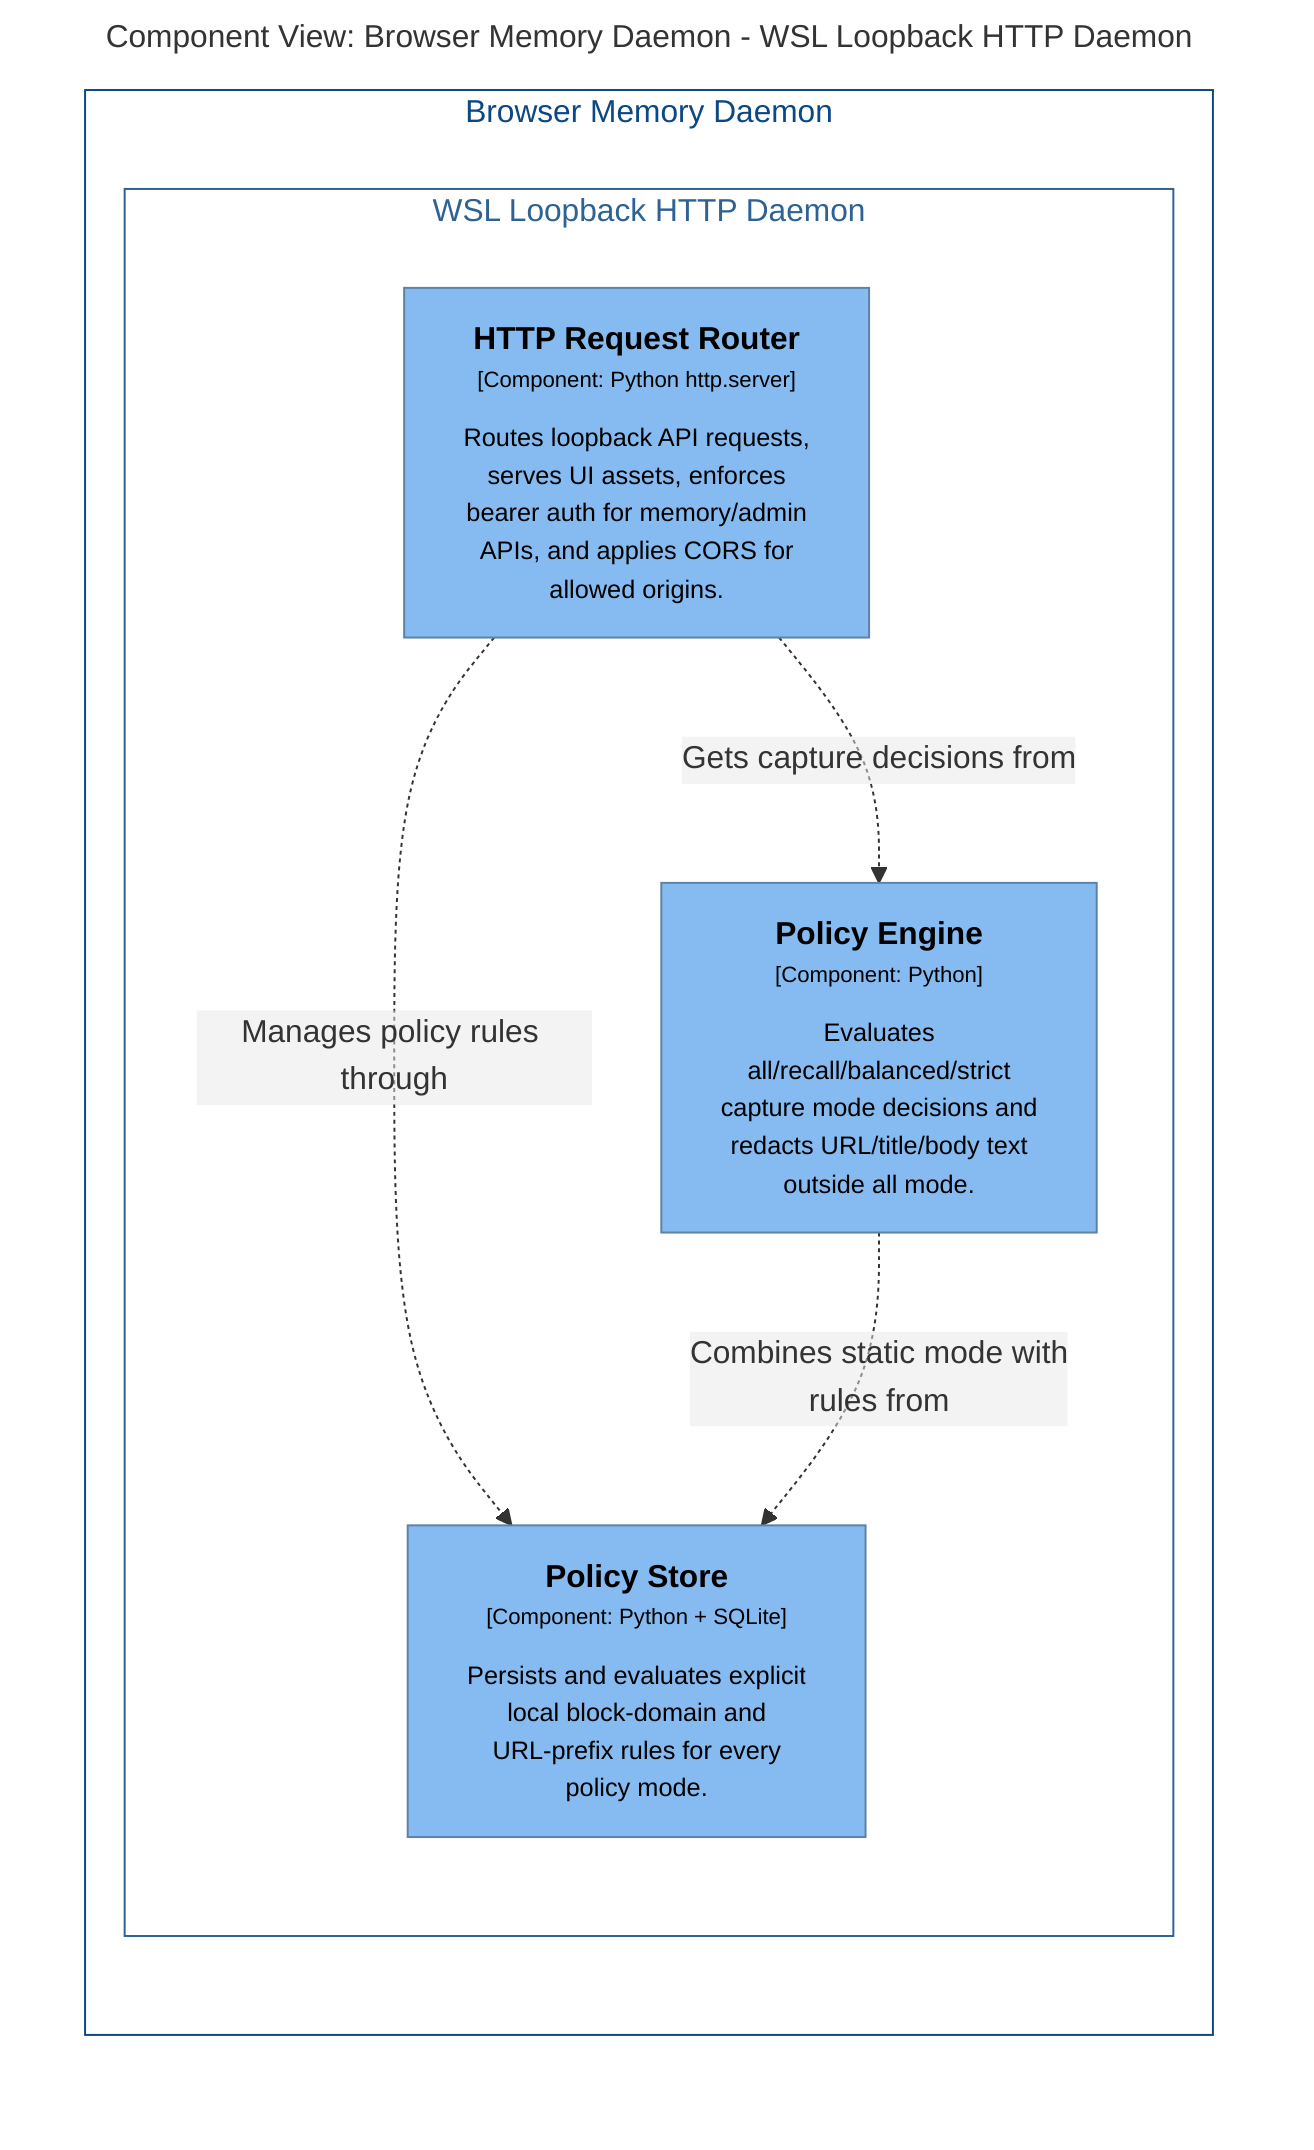
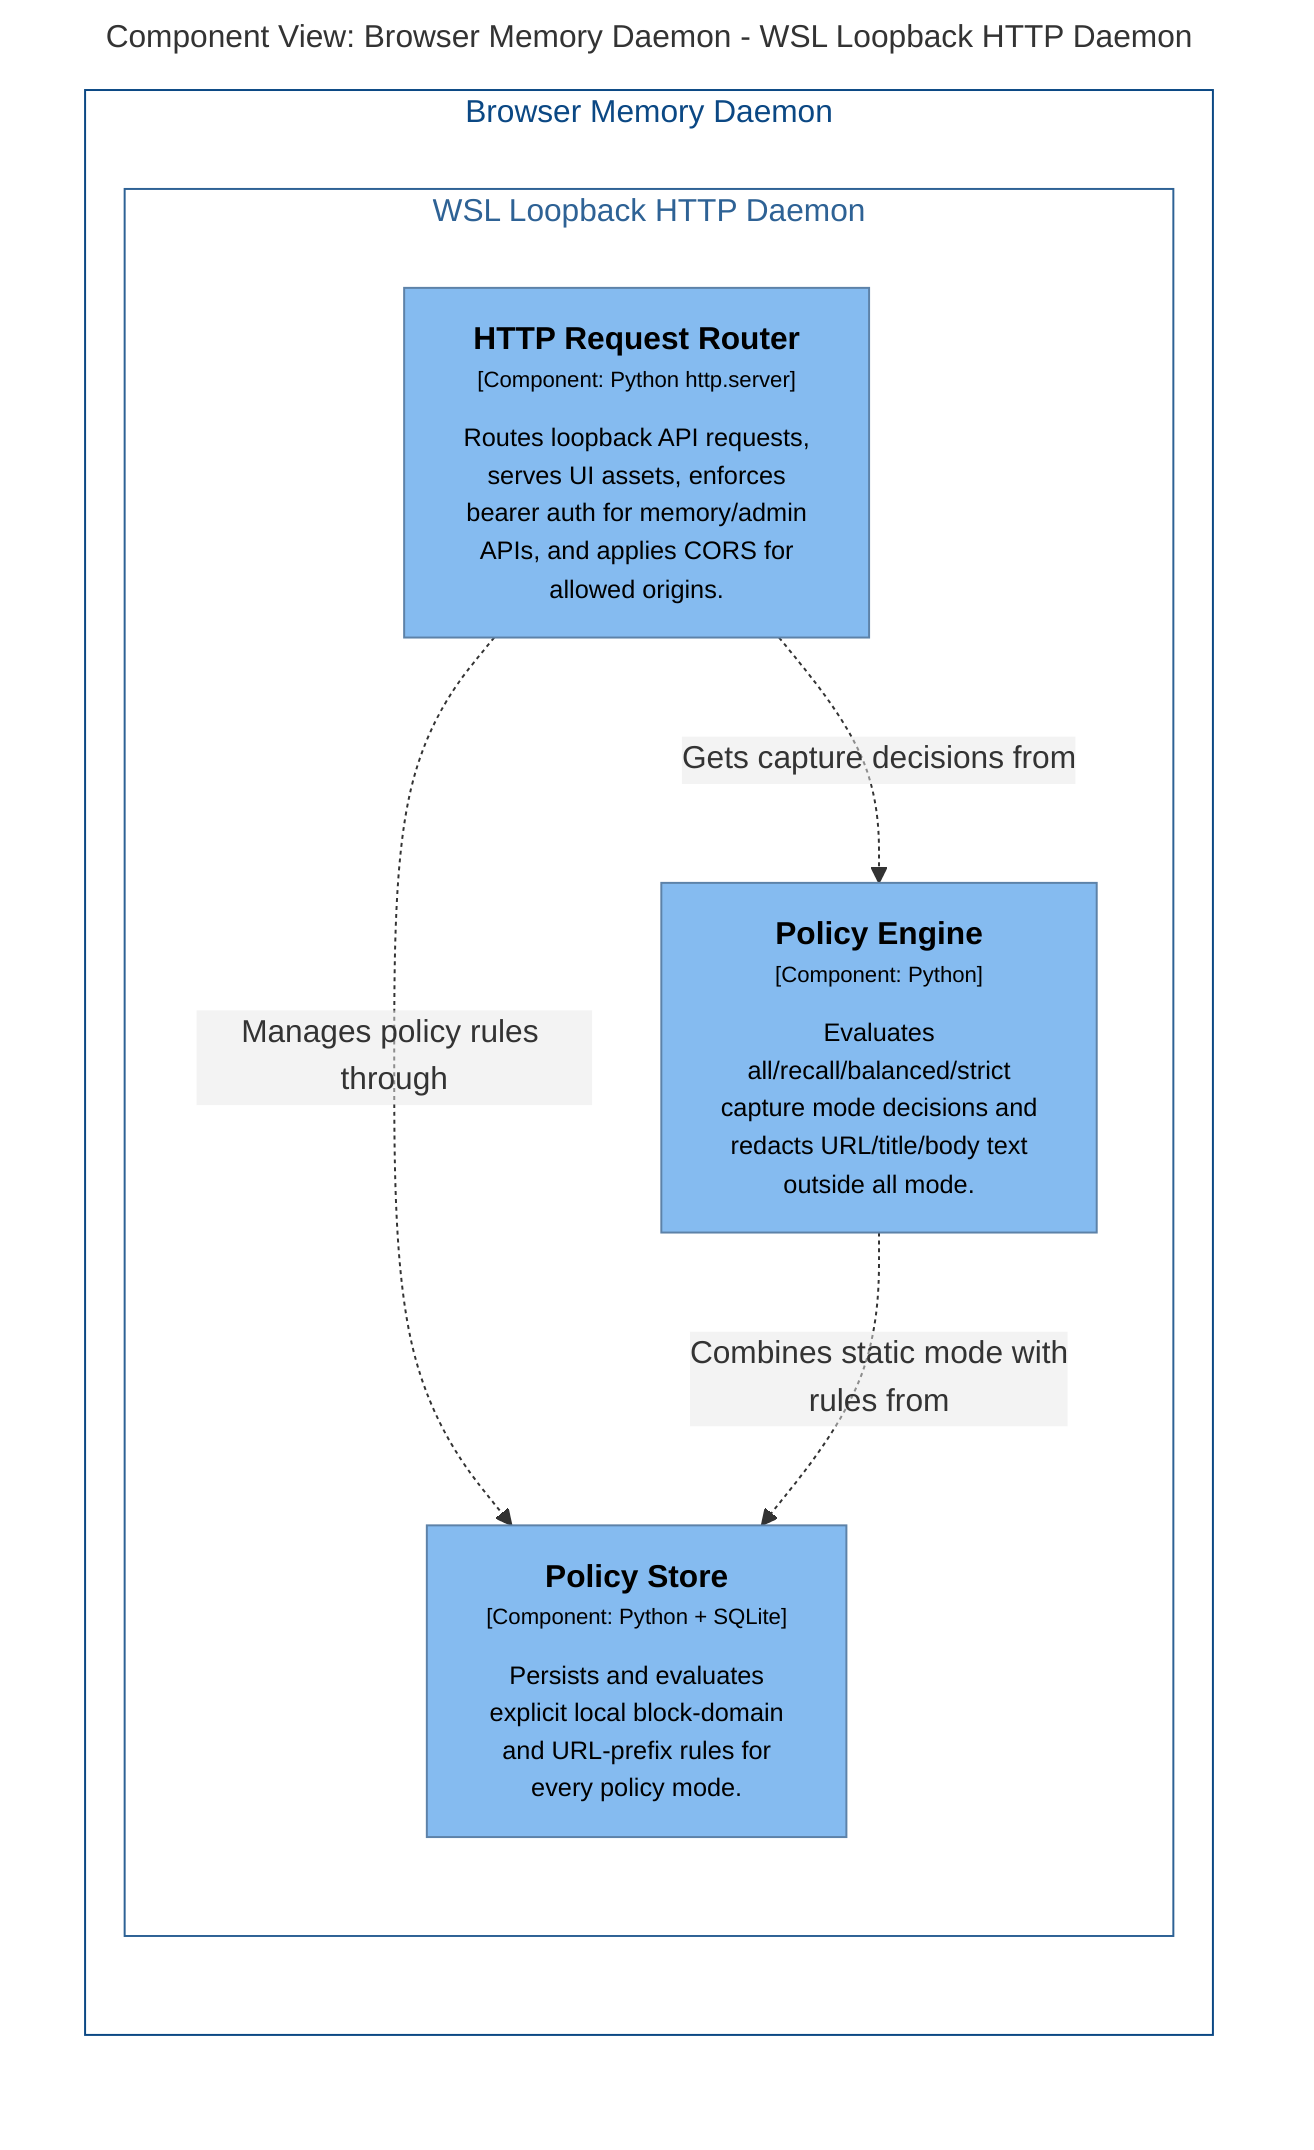
graph LR
  linkStyle default fill:#ffffff

  subgraph diagram ["Component View: Browser Memory Daemon - WSL Loopback HTTP Daemon"]
    style diagram fill:#ffffff,stroke:#ffffff

    subgraph 4 ["Browser Memory Daemon"]
      style 4 fill:#ffffff,stroke:#0b4884,color:#0b4884

      subgraph 14 ["WSL Loopback HTTP Daemon"]
        style 14 fill:#ffffff,stroke:#2e6295,color:#2e6295

        15["<div style='font-weight: bold'>HTTP Request Router</div><div style='font-size: 70%; margin-top: 0px'>[Component: Python http.server]</div><div style='font-size: 80%; margin-top:10px'>Routes loopback API requests,<br />serves UI assets, enforces<br />bearer auth for memory/admin<br />APIs, and applies CORS for<br />allowed origins.</div>"]
        style 15 fill:#85bbf0,stroke:#5d82a8,color:#000000
        16["<div style='font-weight: bold'>Policy Engine</div><div style='font-size: 70%; margin-top: 0px'>[Component: Python]</div><div style='font-size: 80%; margin-top:10px'>Evaluates<br />all/recall/balanced/strict<br />capture mode decisions and<br />redacts URL/title/body text<br />outside all mode.</div>"]
        style 16 fill:#85bbf0,stroke:#5d82a8,color:#000000
-         17["<div style='font-weight: bold'>Policy Store</div><div style='font-size: 70%; margin-top: 0px'>[Component: Python + SQLite]</div><div style='font-size: 80%; margin-top:10px'>Persists and evaluates explicit<br />local block-domain and<br />URL-prefix rules for every<br />policy mode.</div>"]
+         17["<div style='font-weight: bold'>Policy Store</div><div style='font-size: 70%; margin-top: 0px'>[Component: Python + SQLite]</div><div style='font-size: 80%; margin-top:10px'>Persists and evaluates<br />explicit local block-domain<br />and URL-prefix rules for<br />every policy mode.</div>"]
        style 17 fill:#85bbf0,stroke:#5d82a8,color:#000000
      end

    end

    15-. "<div>Gets capture decisions from</div><div style='font-size: 70%'></div>" .->16
    15-. "<div>Manages policy rules through</div><div style='font-size: 70%'></div>" .->17
    16-. "<div>Combines static mode with<br />rules from</div><div style='font-size: 70%'></div>" .->17

  end